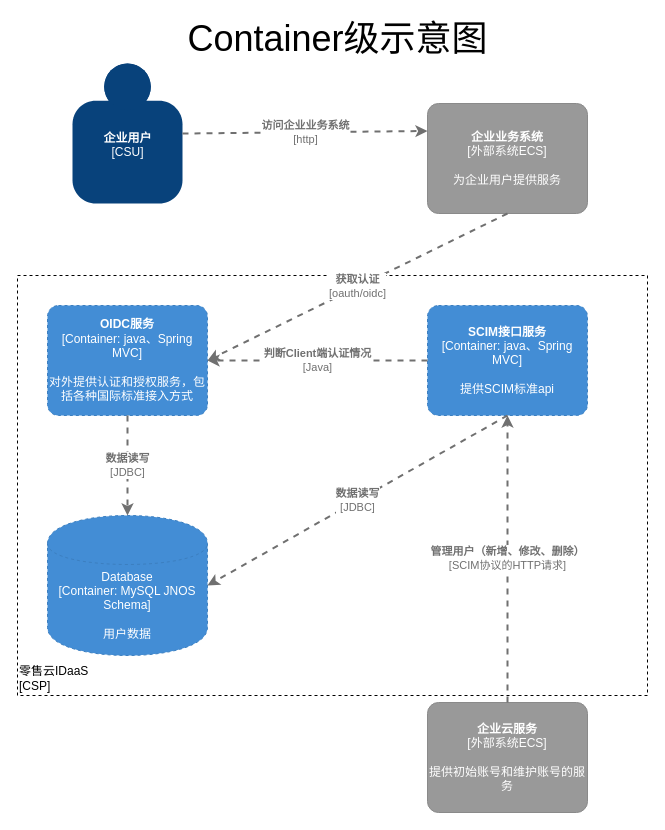
This is page "server端设计" (2 of 3) of 账户同步.drawio from MainListActivity/test, a draw.io file, before an edit. Source tidied: cells renumbered, new cells numbered last; positions are measured from the earlier drawing's top-left corner, leaving out a move shared by most shapes. Both pictures are drawn from the tidied source at 100%, with x=0, y=0 at pixel (17, 23).
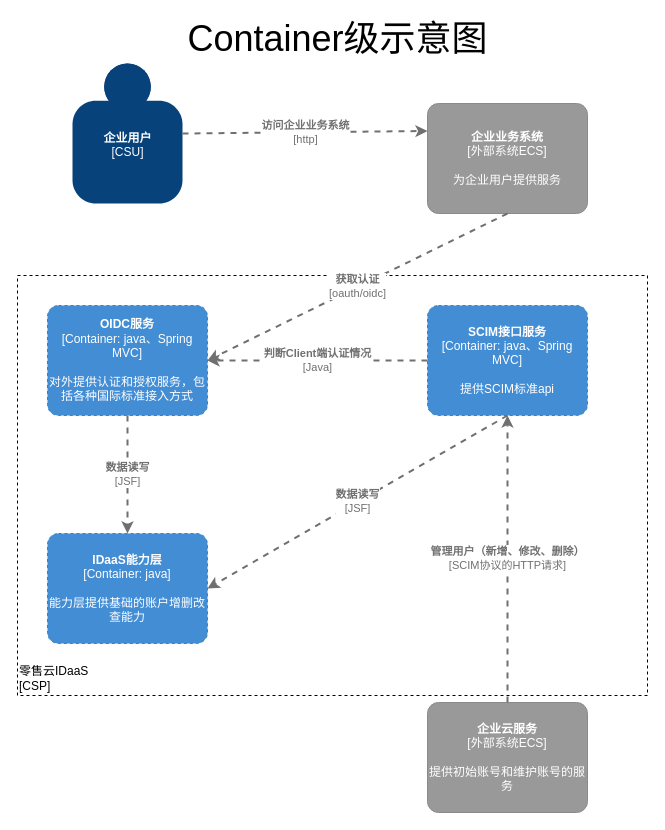
The same page after the edit.

Unchanged cells that the change refers to:
```xml
<object id="9" label="&lt;b&gt;%c4Name%&lt;/b&gt;&lt;div&gt;[%c4Type%: %c4Technology%]&lt;/div&gt;&lt;br&gt;&lt;div&gt;%c4Description%&lt;/div&gt;" c4Description="对外提供认证和授权服务，包括各种国际标准接入方式" c4Name="OIDC服务" c4Technology="java、Spring MVC" c4Type="Container" placeholders="1">
  <mxCell style="rounded=1;whiteSpace=wrap;html=1;labelBackgroundColor=none;fillColor=#438DD5;fontColor=#ffffff;align=center;arcSize=10;strokeColor=#3C7FC0;metaData={&quot;c4Type&quot;:{&quot;editable&quot;:false}};points=[[0.25,0,0],[0.5,0,0],[0.75,0,0],[1,0.25,0],[1,0.5,0],[1,0.75,0],[0.75,1,0],[0.5,1,0],[0.25,1,0],[0,0.75,0],[0,0.5,0],[0,0.25,0]];dashed=1;sketch=0;" parent="1" vertex="1">
    <mxGeometry x="30" y="282" width="160" height="110" as="geometry" />
  </mxCell>
</object>
<object id="10" label="&lt;b&gt;%c4Name%&lt;/b&gt;&lt;div&gt;[%c4Type%: %c4Technology%]&lt;/div&gt;&lt;br&gt;&lt;div&gt;%c4Description%&lt;/div&gt;" c4Description="提供SCIM标准api" c4Name="SCIM接口服务" c4Technology="java、Spring MVC" c4Type="Container" placeholders="1">
  <mxCell style="rounded=1;whiteSpace=wrap;html=1;labelBackgroundColor=none;fillColor=#438DD5;fontColor=#ffffff;align=center;arcSize=10;strokeColor=#3C7FC0;metaData={&quot;c4Type&quot;:{&quot;editable&quot;:false}};points=[[0.25,0,0],[0.5,0,0],[0.75,0,0],[1,0.25,0],[1,0.5,0],[1,0.75,0],[0.75,1,0],[0.5,1,0],[0.25,1,0],[0,0.75,0],[0,0.5,0],[0,0.25,0]];dashed=1;sketch=0;" parent="1" vertex="1">
    <mxGeometry x="410" y="282" width="160" height="110" as="geometry" />
  </mxCell>
</object>
```

What changed in the source:
```diff
@@
-    <object id="8" label="%c4Type%&lt;div&gt;[Container:&amp;nbsp;%c4Technology%]&lt;/div&gt;&lt;br&gt;&lt;div&gt;%c4Description%&lt;/div&gt;" c4Description="用户数据" c4Technology="MySQL JNOS Schema" c4Type="Database" placeholders="1">
-      <mxCell style="shape=cylinder;whiteSpace=wrap;html=1;boundedLbl=1;rounded=0;labelBackgroundColor=none;fillColor=#438DD5;fontSize=12;fontColor=#ffffff;align=center;strokeColor=#3C7FC0;points=[[0.5,0,0],[1,0.25,0],[1,0.5,0],[1,0.75,0],[0.5,1,0],[0,0.75,0],[0,0.5,0],[0,0.25,0]];metaData={&quot;c4Type&quot;:{&quot;editable&quot;:false}};dashed=1;sketch=0;" parent="1" vertex="1">
-        <mxGeometry x="30" y="492" width="160" height="140" as="geometry" />
-      </mxCell>
-    </object>
@@
-    <object id="11" label="&lt;div style=&quot;text-align: left&quot;&gt;&lt;div style=&quot;text-align: center&quot;&gt;&lt;b&gt;%c4Description%&lt;/b&gt;&lt;/div&gt;&lt;div style=&quot;text-align: center&quot;&gt;[%c4Technology%]&lt;/div&gt;&lt;/div&gt;" c4Description="数据读写" c4Technology="JDBC" placeholders="1">
-      <mxCell style="edgeStyle=none;rounded=0;html=1;entryX=1;entryY=0.5;jettySize=auto;strokeColor=#707070;strokeWidth=2;fontColor=#707070;jumpStyle=none;dashed=1;metaData={&quot;c4Type&quot;:{&quot;editable&quot;:false}};entryDx=0;entryDy=0;entryPerimeter=0;exitX=0.5;exitY=1;exitDx=0;exitDy=0;exitPerimeter=0;" parent="1" edge="1" source="10" target="8">
+    <object id="11" label="&lt;div style=&quot;text-align: left&quot;&gt;&lt;div style=&quot;text-align: center&quot;&gt;&lt;b&gt;%c4Description%&lt;/b&gt;&lt;/div&gt;&lt;div style=&quot;text-align: center&quot;&gt;[%c4Technology%]&lt;/div&gt;&lt;/div&gt;" c4Description="数据读写" c4Technology="JSF" placeholders="1">
+      <mxCell style="edgeStyle=none;rounded=0;html=1;entryX=1;entryY=0.5;jettySize=auto;strokeColor=#707070;strokeWidth=2;fontColor=#707070;jumpStyle=none;dashed=1;metaData={&quot;c4Type&quot;:{&quot;editable&quot;:false}};entryDx=0;entryDy=0;entryPerimeter=0;exitX=0.5;exitY=1;exitDx=0;exitDy=0;exitPerimeter=0;" parent="1" edge="1" source="10" target="16">
         <mxGeometry relative="1" as="geometry" />
       </mxCell>
     </object>
-    <object id="12" label="&lt;div style=&quot;text-align: left&quot;&gt;&lt;div style=&quot;text-align: center&quot;&gt;&lt;b&gt;%c4Description%&lt;/b&gt;&lt;/div&gt;&lt;div style=&quot;text-align: center&quot;&gt;[%c4Technology%]&lt;/div&gt;&lt;/div&gt;" c4Description="数据读写" c4Technology="JDBC" placeholders="1">
-      <mxCell style="edgeStyle=none;rounded=0;html=1;entryX=0.5;entryY=0;jettySize=auto;strokeColor=#707070;strokeWidth=2;fontColor=#707070;jumpStyle=none;dashed=1;metaData={&quot;c4Type&quot;:{&quot;editable&quot;:false}};entryDx=0;entryDy=0;entryPerimeter=0;exitX=0.5;exitY=1;exitDx=0;exitDy=0;exitPerimeter=0;" parent="1" edge="1" source="9" target="8">
+    <object id="12" label="&lt;div style=&quot;text-align: left&quot;&gt;&lt;div style=&quot;text-align: center&quot;&gt;&lt;b&gt;%c4Description%&lt;/b&gt;&lt;/div&gt;&lt;div style=&quot;text-align: center&quot;&gt;[%c4Technology%]&lt;/div&gt;&lt;/div&gt;" c4Description="数据读写" c4Technology="JSF" placeholders="1">
+      <mxCell style="edgeStyle=none;rounded=0;html=1;entryX=0.5;entryY=0;jettySize=auto;strokeColor=#707070;strokeWidth=2;fontColor=#707070;jumpStyle=none;dashed=1;metaData={&quot;c4Type&quot;:{&quot;editable&quot;:false}};entryDx=0;entryDy=0;entryPerimeter=0;exitX=0.5;exitY=1;exitDx=0;exitDy=0;exitPerimeter=0;" parent="1" edge="1" source="9" target="16">
         <mxGeometry relative="1" as="geometry" />
       </mxCell>
     </object>
@@
+    <object id="16" label="&lt;b&gt;%c4Name%&lt;/b&gt;&lt;div&gt;[%c4Type%: %c4Technology%]&lt;/div&gt;&lt;br&gt;&lt;div&gt;%c4Description%&lt;/div&gt;" c4Description="能力层提供基础的账户增删改查能力" c4Name="IDaaS能力层" c4Technology="java" c4Type="Container" placeholders="1">
+      <mxCell style="rounded=1;whiteSpace=wrap;html=1;labelBackgroundColor=none;fillColor=#438DD5;fontColor=#ffffff;align=center;arcSize=10;strokeColor=#3C7FC0;metaData={&quot;c4Type&quot;:{&quot;editable&quot;:false}};points=[[0.25,0,0],[0.5,0,0],[0.75,0,0],[1,0.25,0],[1,0.5,0],[1,0.75,0],[0.75,1,0],[0.5,1,0],[0.25,1,0],[0,0.75,0],[0,0.5,0],[0,0.25,0]];glass=0;dashed=1;sketch=0;" parent="1" vertex="1">
+        <mxGeometry x="30" y="510" width="160" height="110" as="geometry" />
+      </mxCell>
+    </object>
```
